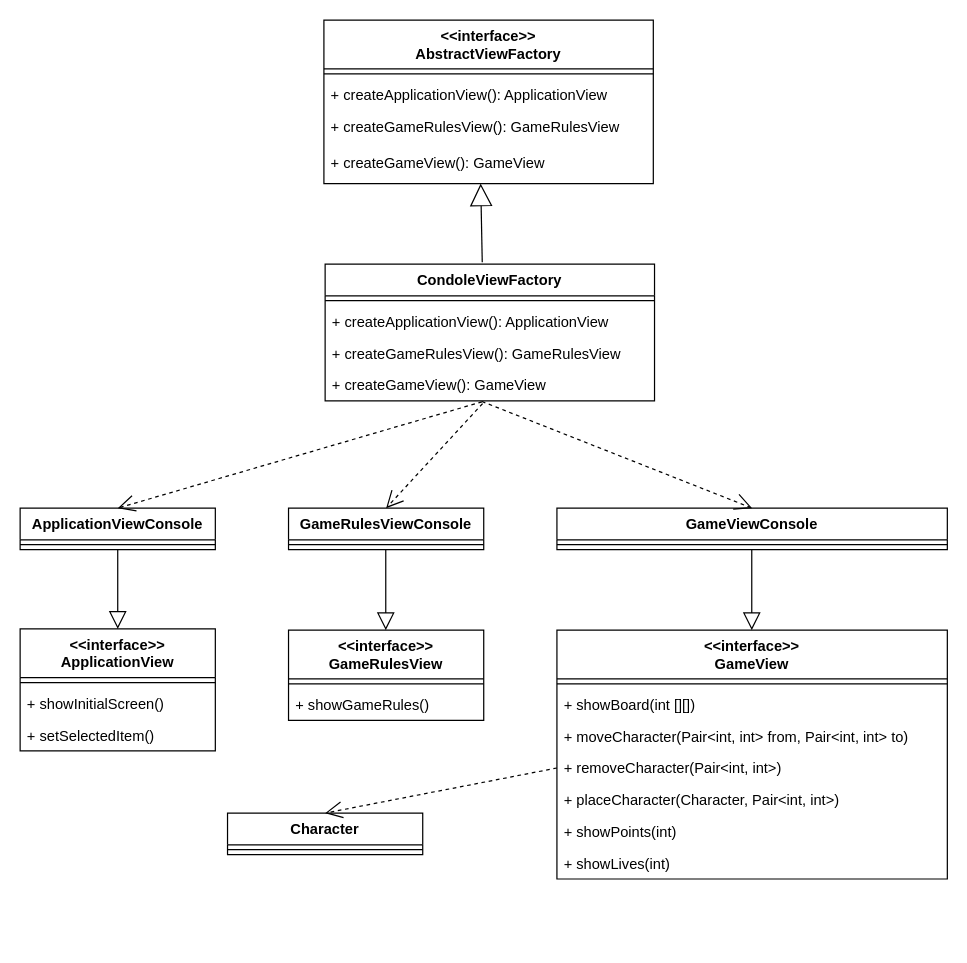
Earlier version of the draw.io diagram architecture/source/view_component.drawio (Soykaa/Roguelike). Source tidied: cells renumbered, new cells numbered last; positions are measured from the earlier drawing's top-left corner, leaving out a move shared by most shapes. Both pictures are drawn from the tidied source at 122%, with x=0, y=0 at pixel (20, 20).
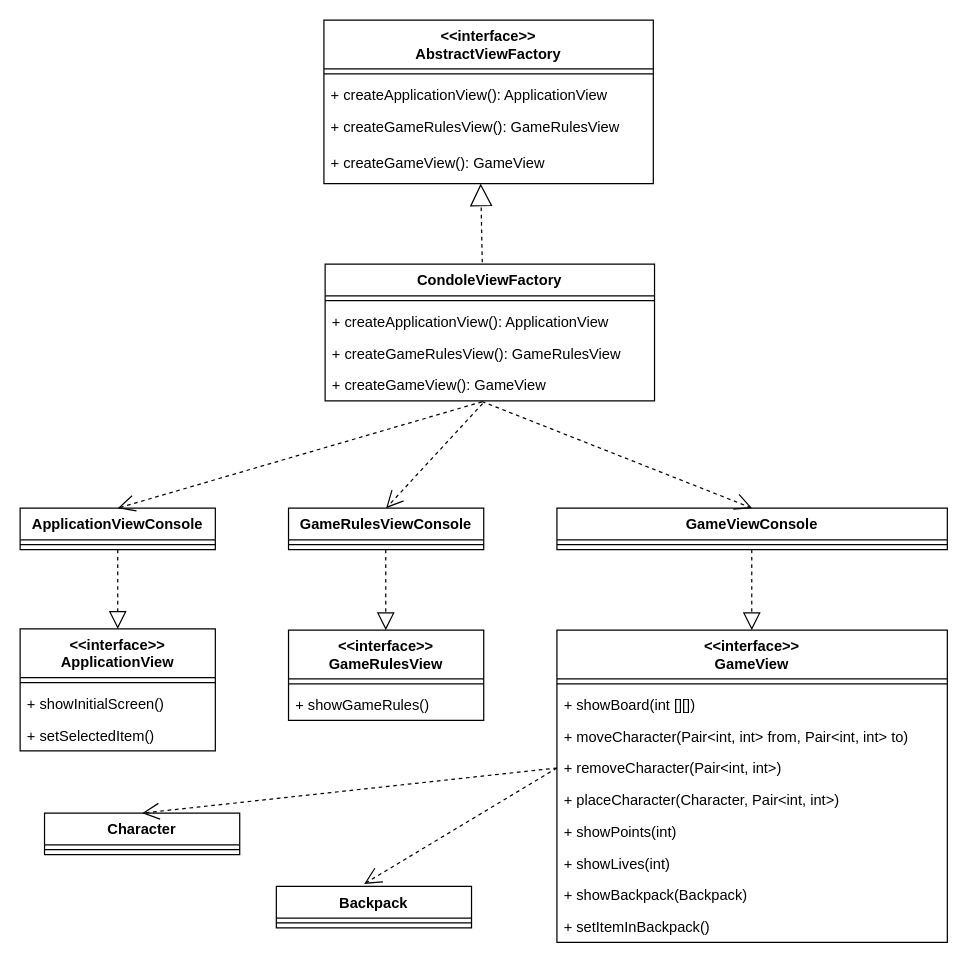
After the change.

Commit message (it also covers changes not shown here):
Add model description, fix diagrams, add explanations

Unchanged cells that the change refers to:
```xml
<mxCell id="6" value="+ createGameView(): GameView" style="text;strokeColor=none;fillColor=none;align=left;verticalAlign=top;spacingLeft=4;spacingRight=4;overflow=hidden;points=[[0,0.5],[1,0.5]];portConstraint=eastwest;" parent="2" vertex="1">
  <mxGeometry y="104" width="270" height="30" as="geometry" />
</mxCell>
<mxCell id="7" value="CondoleViewFactory" style="swimlane;fontStyle=1;align=center;verticalAlign=top;horizontal=1;startSize=26;" parent="1" vertex="1">
  <mxGeometry x="250" y="200" width="270" height="112" as="geometry" />
</mxCell>
<mxCell id="12" value="ApplicationViewConsole" style="swimlane;fontStyle=1;align=center;verticalAlign=top;horizontal=1;startSize=26;" parent="1" vertex="1">
  <mxGeometry y="400" width="160" height="34" as="geometry" />
</mxCell>
<mxCell id="14" value="GameRulesViewConsole" style="swimlane;fontStyle=1;align=center;verticalAlign=top;horizontal=1;startSize=26;" parent="1" vertex="1">
  <mxGeometry x="220" y="400" width="160" height="34" as="geometry" />
</mxCell>
<mxCell id="18" value="&lt;&lt;interface&gt;&gt;&#10;ApplicationView" style="swimlane;fontStyle=1;align=center;verticalAlign=top;horizontal=1;startSize=40;" parent="1" vertex="1">
  <mxGeometry y="499" width="160" height="100" as="geometry" />
</mxCell>
<mxCell id="22" value="&lt;&lt;interface&gt;&gt;&#10;GameRulesView" style="swimlane;fontStyle=1;align=center;verticalAlign=top;horizontal=1;startSize=40;" parent="1" vertex="1">
  <mxGeometry x="220" y="500" width="160" height="74" as="geometry" />
</mxCell>
<mxCell id="29" value="+ removeCharacter(Pair&lt;int, int&gt;)" style="text;strokeColor=none;fillColor=none;align=left;verticalAlign=top;spacingLeft=4;spacingRight=4;overflow=hidden;points=[[0,0.5],[1,0.5]];portConstraint=eastwest;" parent="25" vertex="1">
  <mxGeometry y="100" width="320" height="26" as="geometry" />
</mxCell>
```

What changed in the source:
```diff
@@
-    <mxCell id="13" style="line;strokeWidth=1;fillColor=none;align=left;verticalAlign=middle;spacingTop=-1;spacingLeft=3;spacingRight=3;labelPosition=right;" parent="12" vertex="1">
-      <mxGeometry y="26" width="160" height="8" as="geometry" />
-    </mxCell>
+    <mxCell id="43" style="line;strokeWidth=1;fillColor=none;align=left;verticalAlign=middle;spacingTop=-1;spacingLeft=3;spacingRight=3;labelPosition=right;" parent="12" vertex="1">
+      <mxGeometry y="26" width="160" height="8" as="geometry" />
+    </mxCell>
@@
-    <mxCell id="15" style="line;strokeWidth=1;fillColor=none;align=left;verticalAlign=middle;spacingTop=-1;spacingLeft=3;spacingRight=3;labelPosition=right;" parent="14" vertex="1">
-      <mxGeometry y="26" width="160" height="8" as="geometry" />
-    </mxCell>
+    <mxCell id="44" style="line;strokeWidth=1;fillColor=none;align=left;verticalAlign=middle;spacingTop=-1;spacingLeft=3;spacingRight=3;labelPosition=right;" parent="14" vertex="1">
+      <mxGeometry y="26" width="160" height="8" as="geometry" />
+    </mxCell>
@@
-    <mxCell id="19" style="line;strokeWidth=1;fillColor=none;align=left;verticalAlign=middle;spacingTop=-1;spacingLeft=3;spacingRight=3;labelPosition=right;" parent="18" vertex="1">
-      <mxGeometry y="40" width="160" height="8" as="geometry" />
-    </mxCell>
+    <mxCell id="45" style="line;strokeWidth=1;fillColor=none;align=left;verticalAlign=middle;spacingTop=-1;spacingLeft=3;spacingRight=3;labelPosition=right;" parent="18" vertex="1">
+      <mxGeometry y="40" width="160" height="8" as="geometry" />
+    </mxCell>
@@
-    <mxCell id="23" style="line;strokeWidth=1;fillColor=none;align=left;verticalAlign=middle;spacingTop=-1;spacingLeft=3;spacingRight=3;labelPosition=right;" parent="22" vertex="1">
-      <mxGeometry y="40" width="160" height="8" as="geometry" />
-    </mxCell>
+    <mxCell id="46" style="line;strokeWidth=1;fillColor=none;align=left;verticalAlign=middle;spacingTop=-1;spacingLeft=3;spacingRight=3;labelPosition=right;" parent="22" vertex="1">
+      <mxGeometry y="40" width="160" height="8" as="geometry" />
+    </mxCell>
@@
     <mxCell id="25" value="&lt;&lt;interface&gt;&gt;&#10;GameView" style="swimlane;fontStyle=1;align=center;verticalAlign=top;horizontal=1;startSize=40;" parent="1" vertex="1">
-      <mxGeometry x="440" y="500" width="320" height="204" as="geometry" />
+      <mxGeometry x="440" y="500" width="320" height="256" as="geometry" />
     </mxCell>
@@
+    <mxCell id="47" value="+ showBackpack(Backpack)" style="text;strokeColor=none;fillColor=none;align=left;verticalAlign=top;spacingLeft=4;spacingRight=4;overflow=hidden;" parent="25" vertex="1">
+      <mxGeometry y="204" width="320" height="26" as="geometry" />
+    </mxCell>
+    <mxCell id="48" value="+ setItemInBackpack()" style="text;strokeColor=none;fillColor=none;align=left;verticalAlign=top;spacingLeft=4;spacingRight=4;overflow=hidden;" parent="25" vertex="1">
+      <mxGeometry y="230" width="320" height="26" as="geometry" />
+    </mxCell>
     <mxCell id="33" value="Character" style="swimlane;fontStyle=1;align=center;verticalAlign=top;horizontal=1;startSize=26;" parent="1" vertex="1">
-      <mxGeometry x="170" y="650" width="160" height="34" as="geometry" />
+      <mxGeometry x="20" y="650" width="160" height="34" as="geometry" />
     </mxCell>
-    <mxCell id="34" style="line;strokeWidth=1;fillColor=none;align=left;verticalAlign=middle;spacingTop=-1;spacingLeft=3;spacingRight=3;labelPosition=right;" parent="33" vertex="1">
-      <mxGeometry y="26" width="160" height="8" as="geometry" />
-    </mxCell>
+    <mxCell id="49" style="line;strokeWidth=1;fillColor=none;align=left;verticalAlign=middle;spacingTop=-1;spacingLeft=3;spacingRight=3;labelPosition=right;" parent="33" vertex="1">
+      <mxGeometry y="26" width="160" height="8" as="geometry" />
+    </mxCell>
-    <mxCell id="35" style="endArrow=block;endSize=16;endFill=0;html=1;exitX=0.477;exitY=-0.013;exitDx=0;exitDy=0;entryX=0.476;entryY=1;entryDx=0;entryDy=0;entryPerimeter=0;exitPerimeter=0;" parent="1" edge="1" source="7" target="6">
+    <mxCell id="35" style="endArrow=block;endSize=16;endFill=0;html=1;exitX=0.477;exitY=-0.013;exitDx=0;exitDy=0;entryX=0.476;entryY=1;entryDx=0;entryDy=0;entryPerimeter=0;exitPerimeter=0;dashed=1;" parent="1" edge="1" source="7" target="6">
       <mxGeometry relative="1" as="geometry" />
     </mxCell>
-    <mxCell id="36" style="endArrow=block;endFill=0;endSize=12;html=1;rounded=0;exitX=0.5;exitY=1;exitDx=0;exitDy=0;entryX=0.5;entryY=0;entryDx=0;entryDy=0;" parent="1" edge="1" source="12" target="18">
+    <mxCell id="36" style="endArrow=block;endFill=0;endSize=12;html=1;rounded=0;exitX=0.5;exitY=1;exitDx=0;exitDy=0;entryX=0.5;entryY=0;entryDx=0;entryDy=0;dashed=1;" parent="1" edge="1" source="12" target="18">
       <mxGeometry relative="1" as="geometry" />
     </mxCell>
-    <mxCell id="37" style="endArrow=block;endFill=0;endSize=12;html=1;rounded=0;exitX=0.5;exitY=1;exitDx=0;exitDy=0;entryX=0.5;entryY=0;entryDx=0;entryDy=0;" parent="1" edge="1">
-      <mxGeometry relative="1" as="geometry">
-        <mxPoint x="299.7" y="434" as="sourcePoint" />
-        <mxPoint x="299.7" y="500" as="targetPoint" />
-      </mxGeometry>
-    </mxCell>
-    <mxCell id="38" style="endArrow=block;endFill=0;endSize=12;html=1;rounded=0;exitX=0.5;exitY=1;exitDx=0;exitDy=0;entryX=0.5;entryY=0;entryDx=0;entryDy=0;" parent="1" edge="1">
-      <mxGeometry relative="1" as="geometry">
-        <mxPoint x="599.7" y="434" as="sourcePoint" />
-        <mxPoint x="599.7" y="500" as="targetPoint" />
-      </mxGeometry>
-    </mxCell>
+    <mxCell id="50" style="endArrow=block;endFill=0;endSize=12;html=1;rounded=0;exitX=0.5;exitY=1;exitDx=0;exitDy=0;entryX=0.5;entryY=0;entryDx=0;entryDy=0;dashed=1;" parent="1" edge="1">
+      <mxGeometry relative="1" as="geometry">
+        <mxPoint x="299.7" y="434" as="sourcePoint" />
+        <mxPoint x="299.7" y="500" as="targetPoint" />
+      </mxGeometry>
+    </mxCell>
+    <mxCell id="51" style="endArrow=block;endFill=0;endSize=12;html=1;rounded=0;exitX=0.5;exitY=1;exitDx=0;exitDy=0;entryX=0.5;entryY=0;entryDx=0;entryDy=0;dashed=1;" parent="1" edge="1">
+      <mxGeometry relative="1" as="geometry">
+        <mxPoint x="599.7" y="434" as="sourcePoint" />
+        <mxPoint x="599.7" y="500" as="targetPoint" />
+      </mxGeometry>
+    </mxCell>
@@
+    <mxCell id="52" value="Backpack" style="swimlane;fontStyle=1;align=center;verticalAlign=top;horizontal=1;startSize=26;" parent="1" vertex="1">
+      <mxGeometry x="210" y="710" width="160" height="34" as="geometry" />
+    </mxCell>
+    <mxCell id="53" style="line;strokeWidth=1;fillColor=none;align=left;verticalAlign=middle;spacingTop=-1;spacingLeft=3;spacingRight=3;labelPosition=right;" parent="52" vertex="1">
+      <mxGeometry y="26" width="160" height="8" as="geometry" />
+    </mxCell>
+    <mxCell id="54" style="endArrow=open;endFill=1;endSize=12;html=1;rounded=0;dashed=1;exitX=0;exitY=0.5;exitDx=0;exitDy=0;entryX=0.45;entryY=-0.059;entryDx=0;entryDy=0;entryPerimeter=0;" parent="1" edge="1" source="29" target="52">
+      <mxGeometry relative="1" as="geometry" />
+    </mxCell>
```
